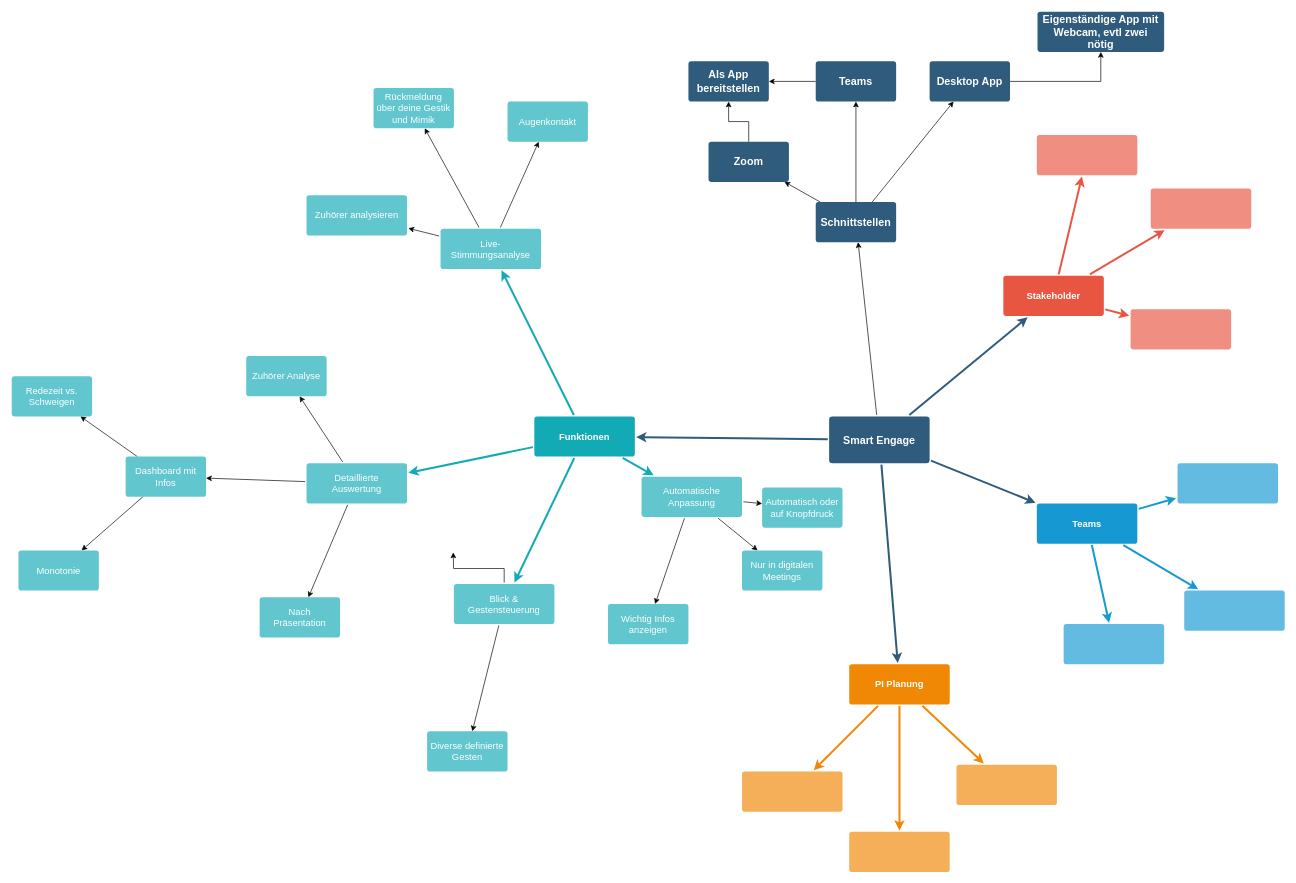
Before: Unbenanntes Diagramm.drawio in jeromesigg/SmartEngage, a draw.io diagram. Source tidied: cells renumbered, new cells numbered last; positions are measured from the earlier drawing's top-left corner, leaving out a move shared by most shapes. Both pictures are drawn from the tidied source at 67%, with x=0, y=0 at pixel (11, 11).
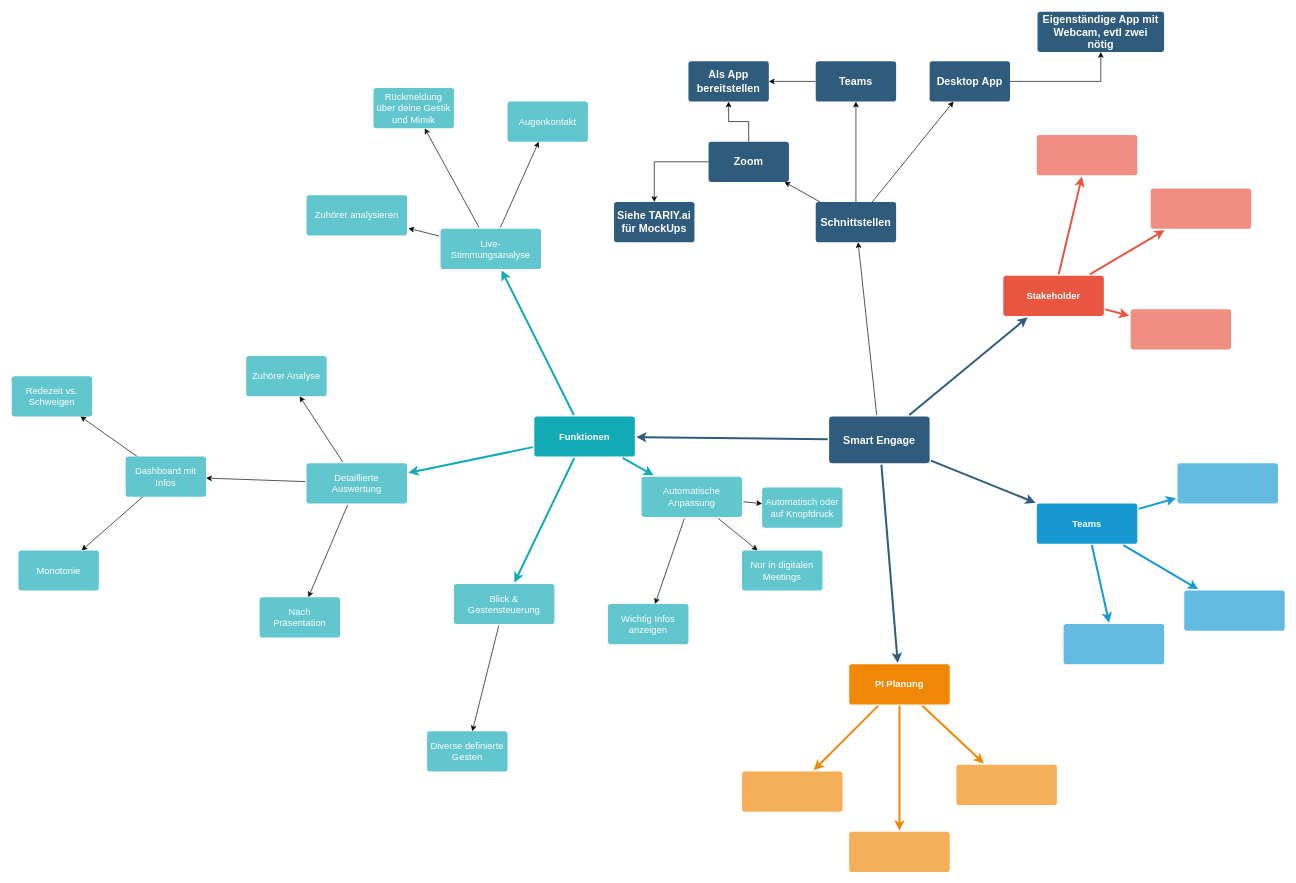
After the change.

Unchanged cells that the change refers to:
```xml
<mxCell id="37" value="Blick &amp;amp; Gestensteuerung" style="rounded=1;whiteSpace=wrap;html=1;shadow=0;labelBackgroundColor=none;strokeColor=none;strokeWidth=3;fillColor=#61c6ce;fontFamily=Helvetica;fontSize=14;fontColor=#FFFFFF;align=center;spacing=5;fontStyle=0;arcSize=7;perimeterSpacing=2;" parent="1" vertex="1">
  <mxGeometry x="660" y="854" width="150" height="60" as="geometry" />
</mxCell>
<mxCell id="55" value="Zoom" style="whiteSpace=wrap;html=1;fontSize=16;fillColor=#2F5B7C;strokeColor=none;fontColor=#FFFFFF;rounded=1;shadow=0;labelBackgroundColor=none;strokeWidth=3;fontStyle=1;spacing=5;arcSize=7;" parent="1" vertex="1">
  <mxGeometry x="1040" y="194" width="120" height="60" as="geometry" />
</mxCell>
```

Diff of the diagram source:
```diff
@@
-    <mxCell id="36" style="edgeStyle=orthogonalEdgeStyle;rounded=0;jettySize=auto;html=1;" parent="1" edge="1" source="37">
-      <mxGeometry relative="1" as="geometry">
-        <mxPoint x="659" y="807" as="targetPoint" />
-      </mxGeometry>
-    </mxCell>
@@
+    <mxCell id="75" style="edgeStyle=orthogonalEdgeStyle;rounded=0;jettySize=auto;html=1;" parent="1" edge="1" source="55" target="76">
+      <mxGeometry relative="1" as="geometry" />
+    </mxCell>
@@
+    <mxCell id="76" value="Siehe TARIY.ai für MockUps" style="whiteSpace=wrap;html=1;fontSize=16;fillColor=#2F5B7C;strokeColor=none;fontColor=#FFFFFF;rounded=1;shadow=0;labelBackgroundColor=none;strokeWidth=3;fontStyle=1;spacing=5;arcSize=7;" parent="1" vertex="1">
+      <mxGeometry x="899" y="284" width="120" height="60" as="geometry" />
+    </mxCell>
```
